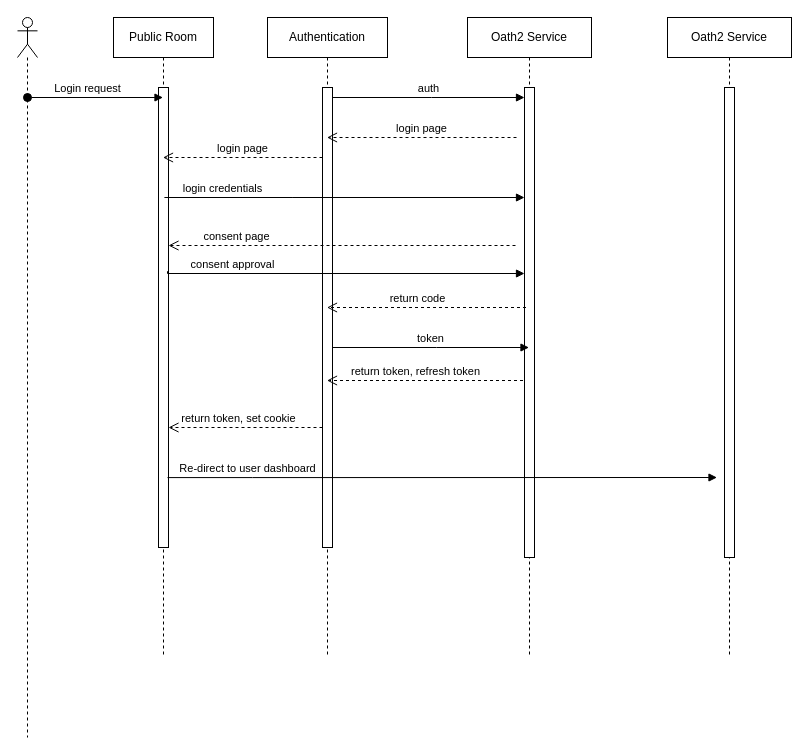
This is docs/assets/Sequence Diagram.drawio from akshayvijaynair/music-academy-docs, a draw.io file, before an edit. Source tidied: cells renumbered, new cells numbered last; positions are measured from the earlier drawing's top-left corner, leaving out a move shared by most shapes. Both pictures are drawn from the tidied source at 100%, with x=0, y=0 at pixel (17, 17).
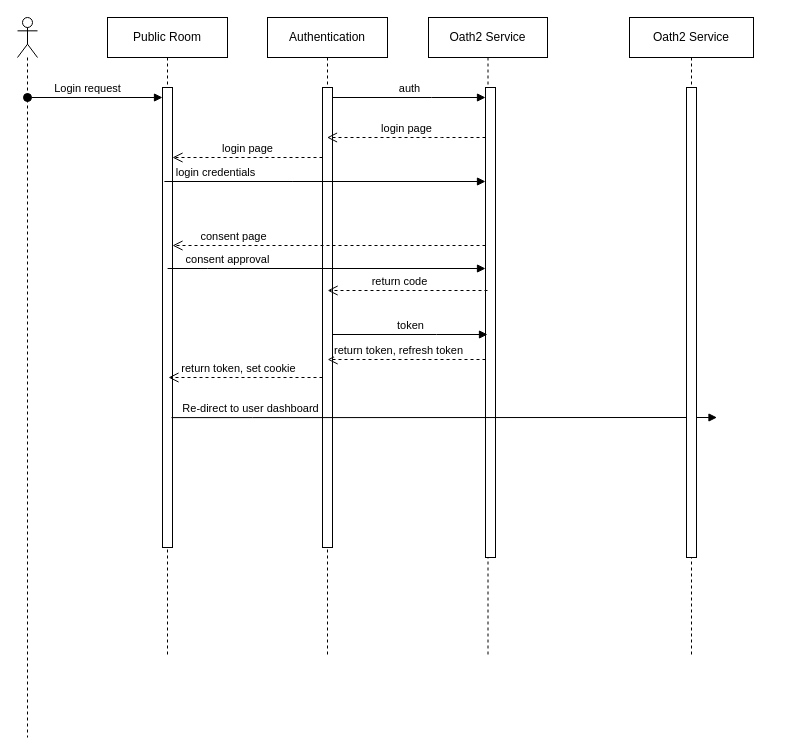
Above is the later version.

Commit message:
feat(SequenceDiagram): authentication clearnup

Unchanged cells that the change refers to:
```xml
<mxCell id="4" value="Authentication" style="shape=umlLifeline;perimeter=lifelinePerimeter;whiteSpace=wrap;html=1;outlineConnect=0;portConstraint=eastwest;newEdgeStyle={&quot;edgeStyle&quot;:&quot;elbowEdgeStyle&quot;,&quot;elbow&quot;:&quot;vertical&quot;,&quot;curved&quot;:0,&quot;rounded&quot;:0};" parent="1" vertex="1">
  <mxGeometry x="250" width="120" height="640" as="geometry" />
</mxCell>
<mxCell id="5" style="html=1;points=[];perimeter=orthogonalPerimeter;outlineConnect=0;targetShapes=umlLifeline;portConstraint=eastwest;newEdgeStyle={&quot;edgeStyle&quot;:&quot;elbowEdgeStyle&quot;,&quot;elbow&quot;:&quot;vertical&quot;,&quot;curved&quot;:0,&quot;rounded&quot;:0};" parent="4" vertex="1">
  <mxGeometry x="55" y="70" width="10" height="460" as="geometry" />
</mxCell>
<mxCell id="9" style="html=1;points=[];perimeter=orthogonalPerimeter;outlineConnect=0;targetShapes=umlLifeline;portConstraint=eastwest;newEdgeStyle={&quot;edgeStyle&quot;:&quot;elbowEdgeStyle&quot;,&quot;elbow&quot;:&quot;vertical&quot;,&quot;curved&quot;:0,&quot;rounded&quot;:0};" parent="8" vertex="1">
  <mxGeometry x="57" y="70" width="10" height="470" as="geometry" />
</mxCell>
```

Diff of the diagram source:
```diff
@@
     <mxCell id="2" value="Public Room" style="shape=umlLifeline;perimeter=lifelinePerimeter;whiteSpace=wrap;html=1;outlineConnect=0;portConstraint=eastwest;newEdgeStyle={&quot;edgeStyle&quot;:&quot;elbowEdgeStyle&quot;,&quot;elbow&quot;:&quot;vertical&quot;,&quot;curved&quot;:0,&quot;rounded&quot;:0};" parent="1" vertex="1">
-      <mxGeometry x="96" width="100" height="640" as="geometry" />
+      <mxGeometry x="90" width="120" height="640" as="geometry" />
     </mxCell>
     <mxCell id="3" style="html=1;points=[];perimeter=orthogonalPerimeter;outlineConnect=0;targetShapes=umlLifeline;portConstraint=eastwest;newEdgeStyle={&quot;edgeStyle&quot;:&quot;elbowEdgeStyle&quot;,&quot;elbow&quot;:&quot;vertical&quot;,&quot;curved&quot;:0,&quot;rounded&quot;:0};" parent="2" vertex="1">
-      <mxGeometry x="45" y="70" width="10" height="460" as="geometry" />
+      <mxGeometry x="55" y="70" width="10" height="460" as="geometry" />
     </mxCell>
@@
-    <mxCell id="7" value="login page" style="html=1;verticalAlign=bottom;endArrow=open;dashed=1;endSize=8;edgeStyle=elbowEdgeStyle;elbow=horizontal;curved=0;rounded=0;" parent="1" edge="1" target="4">
+    <mxCell id="7" value="login page" style="html=1;verticalAlign=bottom;endArrow=open;dashed=1;endSize=8;edgeStyle=elbowEdgeStyle;elbow=horizontal;curved=0;rounded=0;" parent="1" edge="1" source="9" target="4">
       <mxGeometry relative="1" as="geometry">
-        <mxPoint x="499" y="120" as="sourcePoint" />
         <Array as="points">
           <mxPoint x="424" y="120" />
         </Array>
       </mxGeometry>
     </mxCell>
     <mxCell id="8" value="Oath2 Service" style="shape=umlLifeline;perimeter=lifelinePerimeter;whiteSpace=wrap;html=1;outlineConnect=0;portConstraint=eastwest;newEdgeStyle={&quot;edgeStyle&quot;:&quot;elbowEdgeStyle&quot;,&quot;elbow&quot;:&quot;vertical&quot;,&quot;curved&quot;:0,&quot;rounded&quot;:0};" parent="1" vertex="1">
-      <mxGeometry x="450" width="124" height="640" as="geometry" />
+      <mxGeometry x="411" width="119" height="640" as="geometry" />
     </mxCell>
@@
-    <mxCell id="11" value="login page" style="html=1;verticalAlign=bottom;endArrow=open;dashed=1;endSize=8;edgeStyle=elbowEdgeStyle;elbow=horizontal;curved=0;rounded=0;" parent="1" edge="1" source="5" target="2">
+    <mxCell id="11" value="login page" style="html=1;verticalAlign=bottom;endArrow=open;dashed=1;endSize=8;edgeStyle=elbowEdgeStyle;elbow=horizontal;curved=0;rounded=0;" parent="1" edge="1" source="5" target="3">
       <mxGeometry relative="1" as="geometry">
         <Array as="points">
           <mxPoint x="283" y="140" />
         </Array>
       </mxGeometry>
     </mxCell>
-    <mxCell id="12" value="login credentials" style="html=1;verticalAlign=bottom;endArrow=block;edgeStyle=elbowEdgeStyle;elbow=horizontal;curved=0;rounded=0;" parent="1" edge="1" target="9">
+    <mxCell id="12" value="login credentials" style="html=1;verticalAlign=bottom;endArrow=block;edgeStyle=elbowEdgeStyle;elbow=horizontal;curved=0;rounded=0;" parent="1" edge="1">
       <mxGeometry x="-0.68" relative="1" as="geometry">
-        <mxPoint x="146.9" y="180" as="sourcePoint" />
+        <mxPoint x="146.9" y="164" as="sourcePoint" />
+        <mxPoint x="468" y="164" as="targetPoint" />
         <Array as="points">
-          <mxPoint x="274.6" y="180" />
+          <mxPoint x="274.6" y="164" />
         </Array>
       </mxGeometry>
     </mxCell>
-    <mxCell id="13" value="consent page" style="html=1;verticalAlign=bottom;endArrow=open;dashed=1;endSize=8;edgeStyle=elbowEdgeStyle;elbow=horizontal;curved=0;rounded=0;" parent="1" edge="1" target="3">
+    <mxCell id="13" value="consent page" style="html=1;verticalAlign=bottom;endArrow=open;dashed=1;endSize=8;edgeStyle=elbowEdgeStyle;elbow=horizontal;curved=0;rounded=0;" parent="1" edge="1" source="9" target="3">
       <mxGeometry x="0.61" relative="1" as="geometry">
-        <mxPoint x="498" y="228" as="sourcePoint" />
         <Array as="points">
           <mxPoint x="423" y="228" />
         </Array>
       </mxGeometry>
     </mxCell>
     <mxCell id="14" value="consent approval" style="html=1;verticalAlign=bottom;endArrow=block;edgeStyle=elbowEdgeStyle;elbow=horizontal;curved=0;rounded=0;" parent="1" edge="1">
       <mxGeometry x="-0.62" relative="1" as="geometry">
-        <mxPoint x="151" y="254" as="sourcePoint" />
-        <mxPoint x="507" y="256" as="targetPoint" />
+        <mxPoint x="150.1" y="251" as="sourcePoint" />
+        <mxPoint x="468" y="251" as="targetPoint" />
         <Array as="points">
-          <mxPoint x="150" y="256" />
+          <mxPoint x="190" y="191" />
         </Array>
       </mxGeometry>
     </mxCell>
-    <mxCell id="15" value="return code" style="html=1;verticalAlign=bottom;endArrow=open;dashed=1;endSize=8;edgeStyle=elbowEdgeStyle;elbow=horizontal;curved=0;rounded=0;" parent="1" edge="1" target="4">
+    <mxCell id="15" value="return code" style="html=1;verticalAlign=bottom;endArrow=open;dashed=1;endSize=8;edgeStyle=elbowEdgeStyle;elbow=horizontal;curved=0;rounded=0;" parent="1" edge="1">
       <mxGeometry x="0.11" relative="1" as="geometry">
-        <mxPoint x="508.5" y="290" as="sourcePoint" />
+        <mxPoint x="470" y="273" as="sourcePoint" />
+        <mxPoint x="310.1" y="273" as="targetPoint" />
         <Array as="points">
-          <mxPoint x="433.5" y="290" />
+          <mxPoint x="433.5" y="243" />
         </Array>
         <mxPoint x="1" as="offset" />
       </mxGeometry>
     </mxCell>
-    <mxCell id="16" value="Login request" style="html=1;verticalAlign=bottom;startArrow=oval;startFill=1;endArrow=block;startSize=8;curved=0;rounded=0;" parent="1" edge="1" target="2">
+    <mxCell id="16" value="Login request" style="html=1;verticalAlign=bottom;startArrow=oval;startFill=1;endArrow=block;startSize=8;curved=0;rounded=0;" parent="1" edge="1" target="3">
       <mxGeometry x="-0.11" relative="1" as="geometry">
         <mxPoint x="10" y="80" as="sourcePoint" />
       </mxGeometry>
     </mxCell>
-    <mxCell id="17" value="Re-direct to user dashboard" style="html=1;verticalAlign=bottom;endArrow=block;edgeStyle=elbowEdgeStyle;elbow=horizontal;curved=0;rounded=0;exitX=0.9;exitY=0.848;exitDx=0;exitDy=0;exitPerimeter=0;" parent="1" edge="1" source="3">
+    <mxCell id="17" value="Re-direct to user dashboard" style="html=1;verticalAlign=bottom;endArrow=block;edgeStyle=elbowEdgeStyle;elbow=horizontal;curved=0;rounded=0;exitX=0.9;exitY=0.848;exitDx=0;exitDy=0;exitPerimeter=0;" parent="1" edge="1">
       <mxGeometry x="-0.71" relative="1" as="geometry">
-        <mxPoint x="699.5" y="460" as="targetPoint" />
+        <mxPoint x="154" y="400.1" as="sourcePoint" />
+        <mxPoint x="699.5" y="400" as="targetPoint" />
         <Array as="points">
-          <mxPoint x="235" y="460" />
+          <mxPoint x="235" y="400" />
         </Array>
       </mxGeometry>
     </mxCell>
-    <mxCell id="18" value="return token, refresh token" style="html=1;verticalAlign=bottom;endArrow=open;dashed=1;endSize=8;edgeStyle=elbowEdgeStyle;elbow=horizontal;curved=0;rounded=0;" parent="1" edge="1" target="4">
+    <mxCell id="18" value="return token, refresh token" style="html=1;verticalAlign=bottom;endArrow=open;dashed=1;endSize=8;edgeStyle=elbowEdgeStyle;elbow=horizontal;curved=0;rounded=0;" parent="1" edge="1">
       <mxGeometry x="0.11" relative="1" as="geometry">
-        <mxPoint x="505.5" y="363" as="sourcePoint" />
+        <mxPoint x="468" y="342" as="sourcePoint" />
+        <mxPoint x="310.1" y="342" as="targetPoint" />
         <Array as="points">
-          <mxPoint x="435.5" y="363" />
+          <mxPoint x="435.5" y="342" />
         </Array>
         <mxPoint x="1" as="offset" />
       </mxGeometry>
     </mxCell>
-    <mxCell id="19" value="return token, set cookie" style="html=1;verticalAlign=bottom;endArrow=open;dashed=1;endSize=8;edgeStyle=elbowEdgeStyle;elbow=horizontal;curved=0;rounded=0;" parent="1" edge="1" source="5">
+    <mxCell id="19" value="return token, set cookie" style="html=1;verticalAlign=bottom;endArrow=open;dashed=1;endSize=8;edgeStyle=elbowEdgeStyle;elbow=horizontal;curved=0;rounded=0;" parent="1" edge="1">
       <mxGeometry x="0.11" relative="1" as="geometry">
-        <mxPoint x="151" y="410" as="targetPoint" />
+        <mxPoint x="305" y="360" as="sourcePoint" />
+        <mxPoint x="151" y="360" as="targetPoint" />
         <Array as="points">
-          <mxPoint x="255.5" y="410" />
+          <mxPoint x="255.5" y="360" />
         </Array>
         <mxPoint x="1" as="offset" />
       </mxGeometry>
     </mxCell>
-    <mxCell id="20" value="token" style="html=1;verticalAlign=bottom;endArrow=block;edgeStyle=elbowEdgeStyle;elbow=horizontal;curved=0;rounded=0;" parent="1" edge="1" source="5" target="8">
+    <mxCell id="20" value="token" style="html=1;verticalAlign=bottom;endArrow=block;edgeStyle=elbowEdgeStyle;elbow=horizontal;curved=0;rounded=0;" parent="1" edge="1">
       <mxGeometry relative="1" as="geometry">
+        <mxPoint x="315" y="317" as="sourcePoint" />
+        <mxPoint x="470" y="317" as="targetPoint" />
         <Array as="points">
-          <mxPoint x="419" y="330" />
+          <mxPoint x="419" y="347" />
         </Array>
       </mxGeometry>
     </mxCell>
     <mxCell id="21" value="Oath2 Service" style="shape=umlLifeline;perimeter=lifelinePerimeter;whiteSpace=wrap;html=1;newEdgeStyle={&quot;edgeStyle&quot;:&quot;elbowEdgeStyle&quot;,&quot;elbow&quot;:&quot;vertical&quot;,&quot;curved&quot;:0,&quot;rounded&quot;:0};" parent="1" vertex="1">
-      <mxGeometry x="650" width="124" height="640" as="geometry" />
+      <mxGeometry x="612" width="124" height="640" as="geometry" />
     </mxCell>
```
